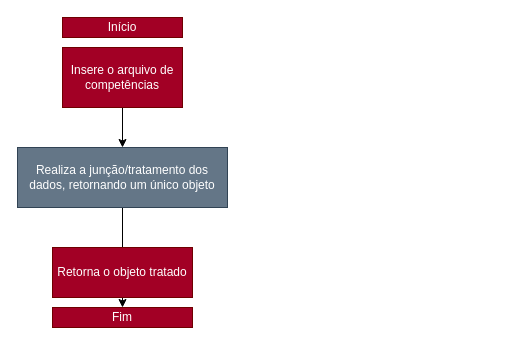
Before: page "Competencia" (4 of 4) of docs/processo-de-pesquisa.drawio in ppcamp/sigaa-scraping-analysis, a draw.io diagram. Source tidied: cells renumbered, new cells numbered last; positions are measured from the earlier drawing's top-left corner, leaving out a move shared by most shapes. Both pictures are drawn from the tidied source at 100%, with x=0, y=0 at pixel (17, 17).
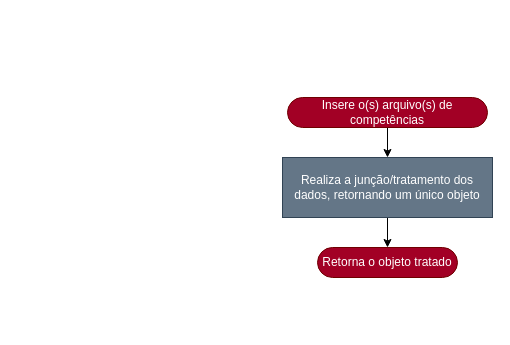
After the change.

What changed in the source:
```diff
@@
 <mxGraphModel>
   <root>
     <mxCell id="0" />
     <mxCell id="1" parent="0" />
     <mxCell id="2" style="edgeStyle=orthogonalEdgeStyle;rounded=0;jettySize=auto;html=1;" parent="1" edge="1" source="3" target="6">
       <mxGeometry relative="1" as="geometry" />
     </mxCell>
-    <mxCell id="3" value="Insere o arquivo de competências" style="rounded=0;whiteSpace=wrap;html=1;fillColor=#a20025;strokeColor=#6F0000;fontColor=#ffffff;" parent="1" vertex="1">
-      <mxGeometry x="45" y="30" width="120" height="60" as="geometry" />
+    <mxCell id="3" value="Insere o(s) arquivo(s) de competências" style="rounded=1;whiteSpace=wrap;html=1;fillColor=#a20025;strokeColor=#6F0000;fontColor=#ffffff;arcSize=50;" parent="1" vertex="1">
+      <mxGeometry x="270" y="80" width="200" height="30" as="geometry" />
     </mxCell>
-    <mxCell id="4" value="Início" style="rounded=0;whiteSpace=wrap;html=1;fillColor=#a20025;strokeColor=#6F0000;fontColor=#ffffff;" parent="1" vertex="1">
-      <mxGeometry x="45" width="120" height="20" as="geometry" />
-    </mxCell>
-    <mxCell id="5" style="edgeStyle=orthogonalEdgeStyle;rounded=0;jettySize=auto;html=1;" parent="1" edge="1" source="6" target="8">
-      <mxGeometry relative="1" as="geometry" />
-    </mxCell>
+    <mxCell id="9" style="edgeStyle=orthogonalEdgeStyle;rounded=0;jettySize=auto;html=1;" parent="1" edge="1" source="6" target="7">
+      <mxGeometry relative="1" as="geometry" />
+    </mxCell>
     <mxCell id="6" value="Realiza a junção/tratamento dos dados, retornando um único objeto" style="rounded=0;whiteSpace=wrap;html=1;fillColor=#647687;strokeColor=#314354;fontColor=#ffffff;" parent="1" vertex="1">
-      <mxGeometry y="130" width="210" height="60" as="geometry" />
+      <mxGeometry x="265" y="140" width="210" height="60" as="geometry" />
     </mxCell>
-    <mxCell id="7" value="Retorna o objeto tratado" style="rounded=0;whiteSpace=wrap;html=1;fillColor=#a20025;strokeColor=#6F0000;fontColor=#ffffff;" parent="1" vertex="1">
-      <mxGeometry x="35" y="230" width="140" height="50" as="geometry" />
+    <mxCell id="7" value="Retorna o objeto tratado" style="rounded=1;whiteSpace=wrap;html=1;fillColor=#a20025;strokeColor=#6F0000;fontColor=#ffffff;arcSize=50;" parent="1" vertex="1">
+      <mxGeometry x="300" y="230" width="140" height="30" as="geometry" />
     </mxCell>
-    <mxCell id="8" value="Fim" style="rounded=0;whiteSpace=wrap;html=1;fillColor=#a20025;strokeColor=#6F0000;fontColor=#ffffff;" parent="1" vertex="1">
-      <mxGeometry x="35" y="290" width="140" height="20" as="geometry" />
-    </mxCell>
   </root>
 </mxGraphModel>
```
